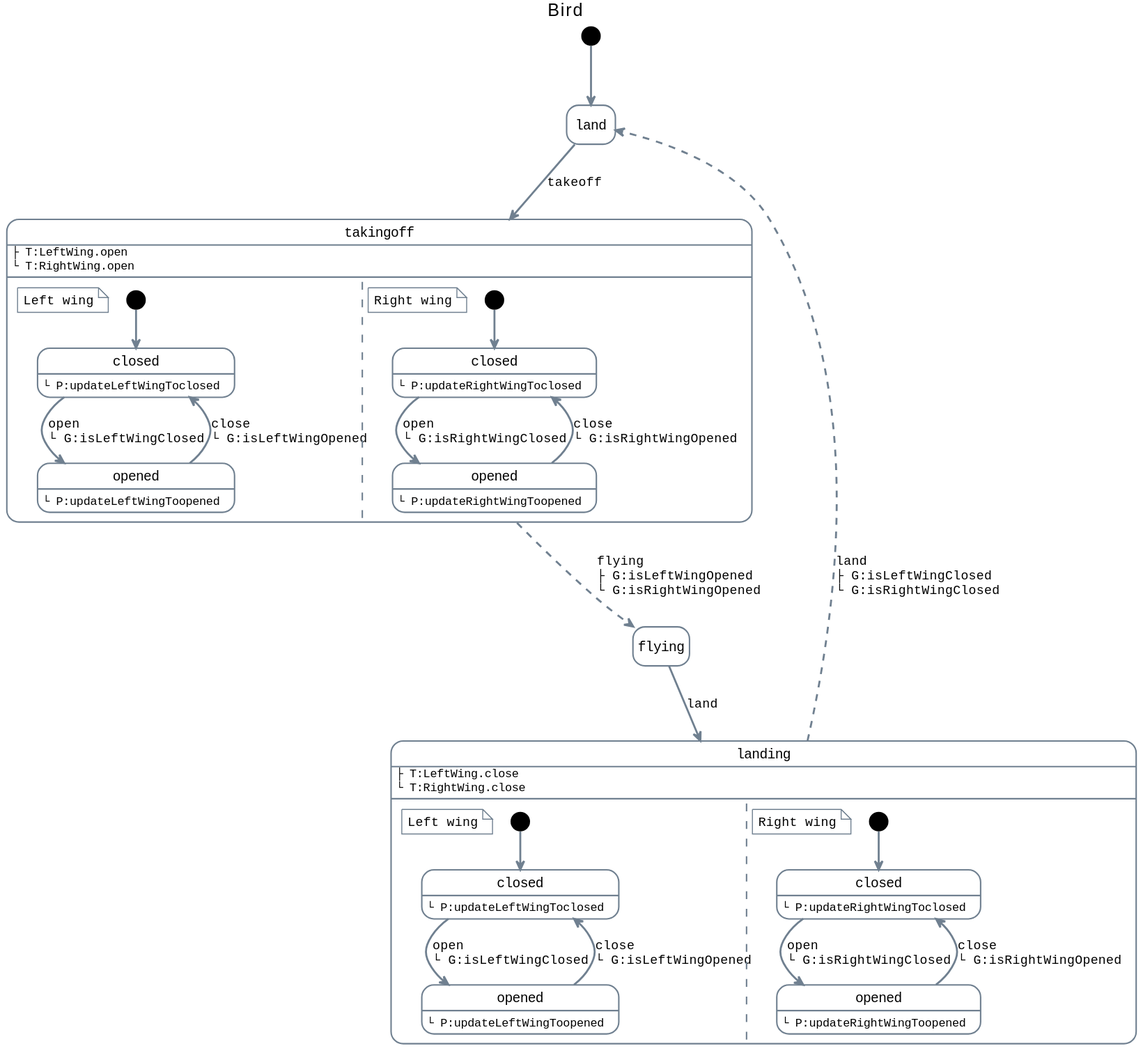
Above: docs/images/bird-machine-diagram.svg in Masquerade-Circus/x-robot (PlantUML), before the change. The source it was exported from:
```plantuml
@startuml

title Bird

state land<<default>>
state takingoff<<default>>
state flying<<default>>
state landing<<default>>

state takingoff {
  note "Left wing" as NTakingoffLeftWing

  state "closed" as TakingoffLeftWingClosed<<default>>
  state "opened" as TakingoffLeftWingOpened<<default>>

  TakingoffLeftWingClosed: └ P:updateLeftWingToclosed
  TakingoffLeftWingOpened: └ P:updateLeftWingToopened

  [*] --> TakingoffLeftWingClosed
  TakingoffLeftWingClosed -[#slategray]-> TakingoffLeftWingOpened: open\n└ G:isLeftWingClosed
  TakingoffLeftWingOpened -[#slategray]-> TakingoffLeftWingClosed: close\n└ G:isLeftWingOpened

  ||

  note "Right wing" as NTakingoffRightWing

  state "closed" as TakingoffRightWingClosed<<default>>
  state "opened" as TakingoffRightWingOpened<<default>>

  TakingoffRightWingClosed: └ P:updateRightWingToclosed
  TakingoffRightWingOpened: └ P:updateRightWingToopened

  [*] --> TakingoffRightWingClosed
  TakingoffRightWingClosed -[#slategray]-> TakingoffRightWingOpened: open\n└ G:isRightWingClosed
  TakingoffRightWingOpened -[#slategray]-> TakingoffRightWingClosed: close\n└ G:isRightWingOpened
}

state landing {
  note "Left wing" as NLandingLeftWing

  state "closed" as LandingLeftWingClosed<<default>>
  state "opened" as LandingLeftWingOpened<<default>>

  LandingLeftWingClosed: └ P:updateLeftWingToclosed
  LandingLeftWingOpened: └ P:updateLeftWingToopened

  [*] --> LandingLeftWingClosed
  LandingLeftWingClosed -[#slategray]-> LandingLeftWingOpened: open\n└ G:isLeftWingClosed
  LandingLeftWingOpened -[#slategray]-> LandingLeftWingClosed: close\n└ G:isLeftWingOpened

  ||

  note "Right wing" as NLandingRightWing

  state "closed" as LandingRightWingClosed<<default>>
  state "opened" as LandingRightWingOpened<<default>>

  LandingRightWingClosed: └ P:updateRightWingToclosed
  LandingRightWingOpened: └ P:updateRightWingToopened

  [*] --> LandingRightWingClosed
  LandingRightWingClosed -[#slategray]-> LandingRightWingOpened: open\n└ G:isRightWingClosed
  LandingRightWingOpened -[#slategray]-> LandingRightWingClosed: close\n└ G:isRightWingOpened
}

takingoff: ├ T:LeftWing.open\n└ T:RightWing.open
landing: ├ T:LeftWing.close\n└ T:RightWing.close

[*] --> land
land -[#slategray]-> takingoff: takeoff
takingoff -[#slategray,dashed]-> flying: flying\n├ G:isLeftWingOpened\n└ G:isRightWingOpened
flying -[#slategray]-> landing: land
landing -[#slategray,dashed]-> land: land\n├ G:isLeftWingClosed\n└ G:isRightWingClosed

hide empty description
skinparam backgroundColor white
skinparam shadowing false
skinparam note {
  BackgroundColor white
  BorderColor slategray
  FontName monospaced
}
skinparam ArrowFontName monospaced
skinparam state {
  FontName monospaced
  AttributeFontName monospaced
  BackgroundColor white
  BorderColor slategray
  ArrowColor slategray
  ArrowThickness 2
  MessageAlignment left
  BackgroundColor<<danger>> Implementation
  BorderColor<<danger>> indianred
  BackgroundColor<<info>> Application
  BorderColor<<info>> skyblue
  BackgroundColor<<warning>> Strategy
  BorderColor<<warning>> tan
  BackgroundColor<<success>> Technology
  BorderColor<<success>> mediumseagreen
  BackgroundColor<<primary>> Motivation
  BorderColor<<primary>> lightsteelblue
}
@enduml
```
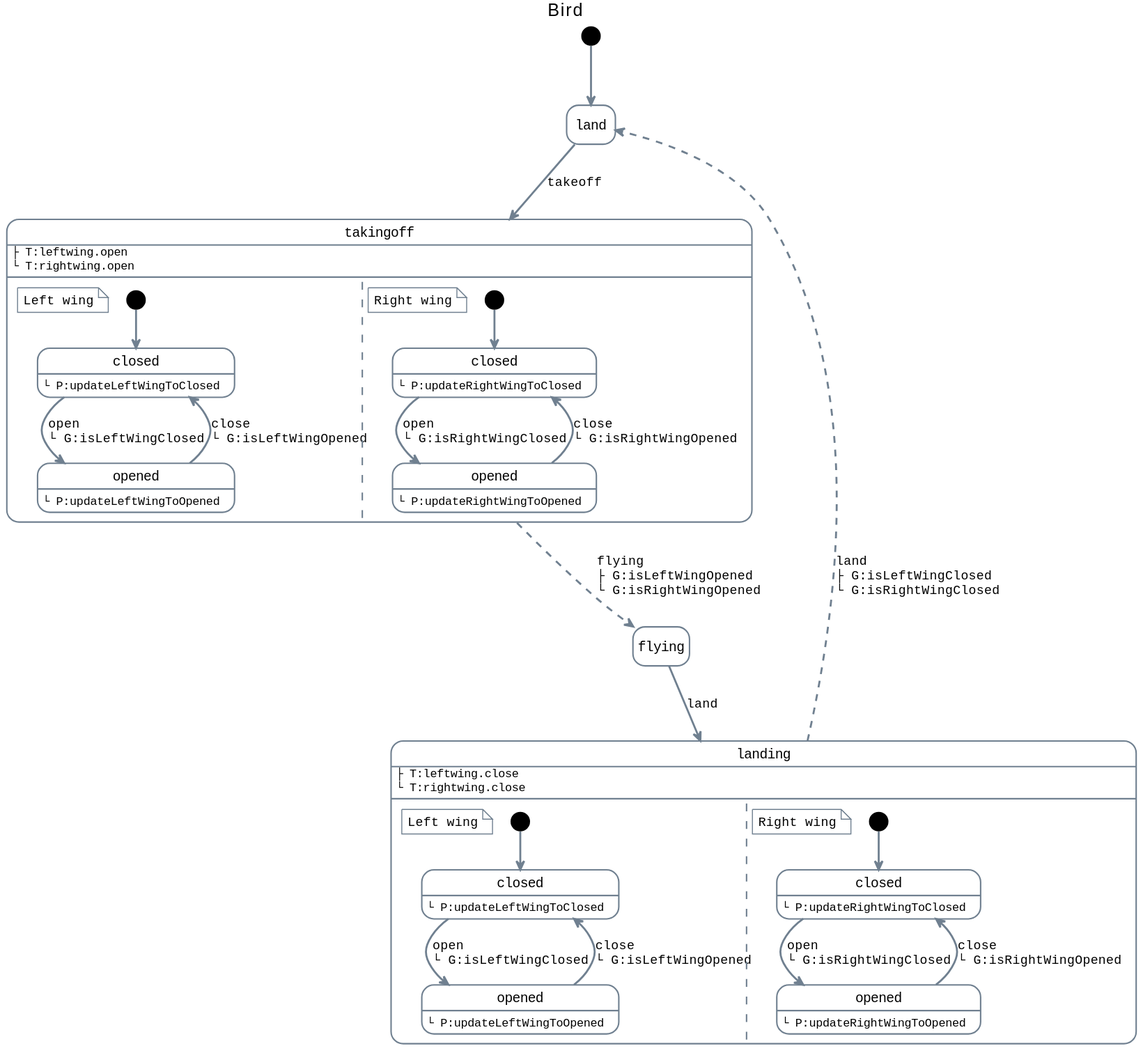
After the commit.

Change to the diagram source:
```diff
@@ -13,8 +13,8 @@
   state "closed" as TakingoffLeftWingClosed<<default>>
   state "opened" as TakingoffLeftWingOpened<<default>>
 
-  TakingoffLeftWingClosed: └ P:updateLeftWingToclosed
-  TakingoffLeftWingOpened: └ P:updateLeftWingToopened
+  TakingoffLeftWingClosed: └ P:updateLeftWingToClosed
+  TakingoffLeftWingOpened: └ P:updateLeftWingToOpened
 
   [*] --> TakingoffLeftWingClosed
   TakingoffLeftWingClosed -[#slategray]-> TakingoffLeftWingOpened: open\n└ G:isLeftWingClosed
@@ -27,8 +27,8 @@
   state "closed" as TakingoffRightWingClosed<<default>>
   state "opened" as TakingoffRightWingOpened<<default>>
 
-  TakingoffRightWingClosed: └ P:updateRightWingToclosed
-  TakingoffRightWingOpened: └ P:updateRightWingToopened
+  TakingoffRightWingClosed: └ P:updateRightWingToClosed
+  TakingoffRightWingOpened: └ P:updateRightWingToOpened
 
   [*] --> TakingoffRightWingClosed
   TakingoffRightWingClosed -[#slategray]-> TakingoffRightWingOpened: open\n└ G:isRightWingClosed
@@ -41,8 +41,8 @@
   state "closed" as LandingLeftWingClosed<<default>>
   state "opened" as LandingLeftWingOpened<<default>>
 
-  LandingLeftWingClosed: └ P:updateLeftWingToclosed
-  LandingLeftWingOpened: └ P:updateLeftWingToopened
+  LandingLeftWingClosed: └ P:updateLeftWingToClosed
+  LandingLeftWingOpened: └ P:updateLeftWingToOpened
 
   [*] --> LandingLeftWingClosed
   LandingLeftWingClosed -[#slategray]-> LandingLeftWingOpened: open\n└ G:isLeftWingClosed
@@ -55,16 +55,16 @@
   state "closed" as LandingRightWingClosed<<default>>
   state "opened" as LandingRightWingOpened<<default>>
 
-  LandingRightWingClosed: └ P:updateRightWingToclosed
-  LandingRightWingOpened: └ P:updateRightWingToopened
+  LandingRightWingClosed: └ P:updateRightWingToClosed
+  LandingRightWingOpened: └ P:updateRightWingToOpened
 
   [*] --> LandingRightWingClosed
   LandingRightWingClosed -[#slategray]-> LandingRightWingOpened: open\n└ G:isRightWingClosed
   LandingRightWingOpened -[#slategray]-> LandingRightWingClosed: close\n└ G:isRightWingOpened
 }
 
-takingoff: ├ T:LeftWing.open\n└ T:RightWing.open
-landing: ├ T:LeftWing.close\n└ T:RightWing.close
+takingoff: ├ T:leftwing.open\n└ T:rightwing.open
+landing: ├ T:leftwing.close\n└ T:rightwing.close
 
 [*] --> land
 land -[#slategray]-> takingoff: takeoff
```
